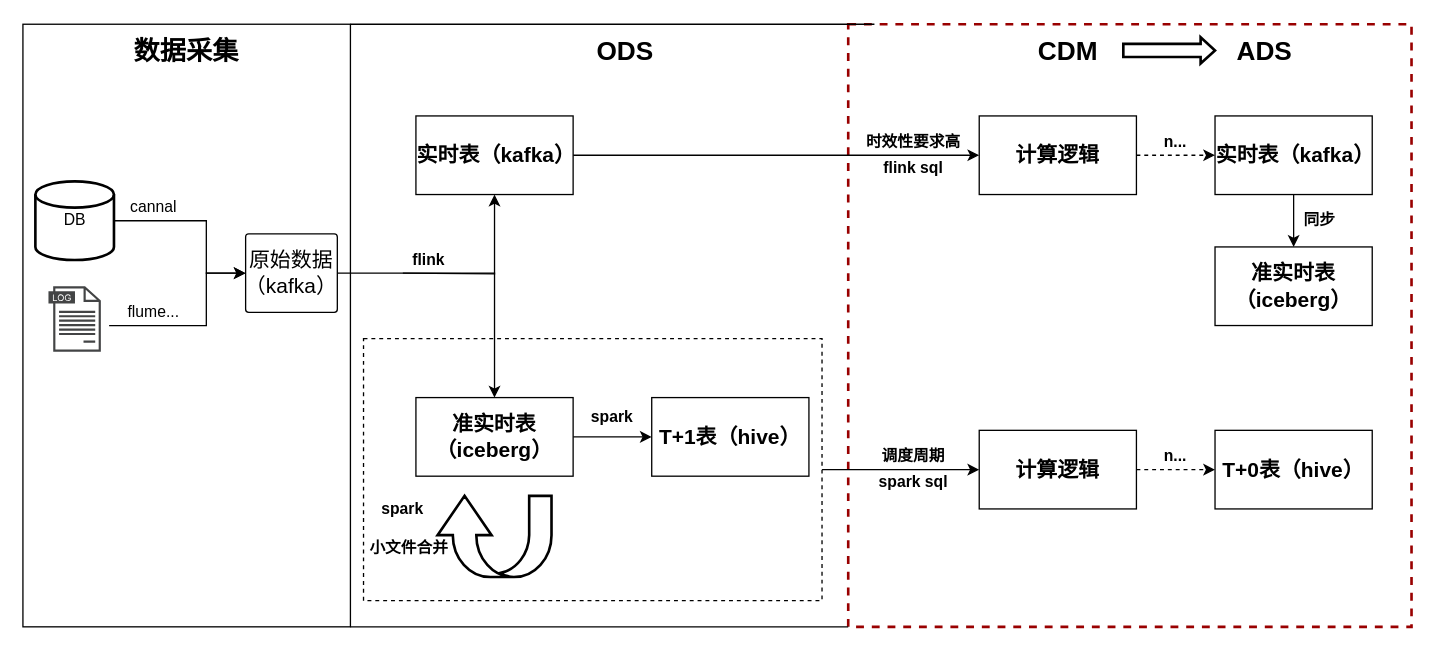
Earlier version of the draw.io diagram mt流批一体.drawio (mineminemine123/work-wiki). Source tidied: cells renumbered, new cells numbered last; positions are measured from the earlier drawing's top-left corner, leaving out a move shared by most shapes. Both pictures are drawn from the tidied source at 131%, with x=0, y=0 at pixel (22, 24).
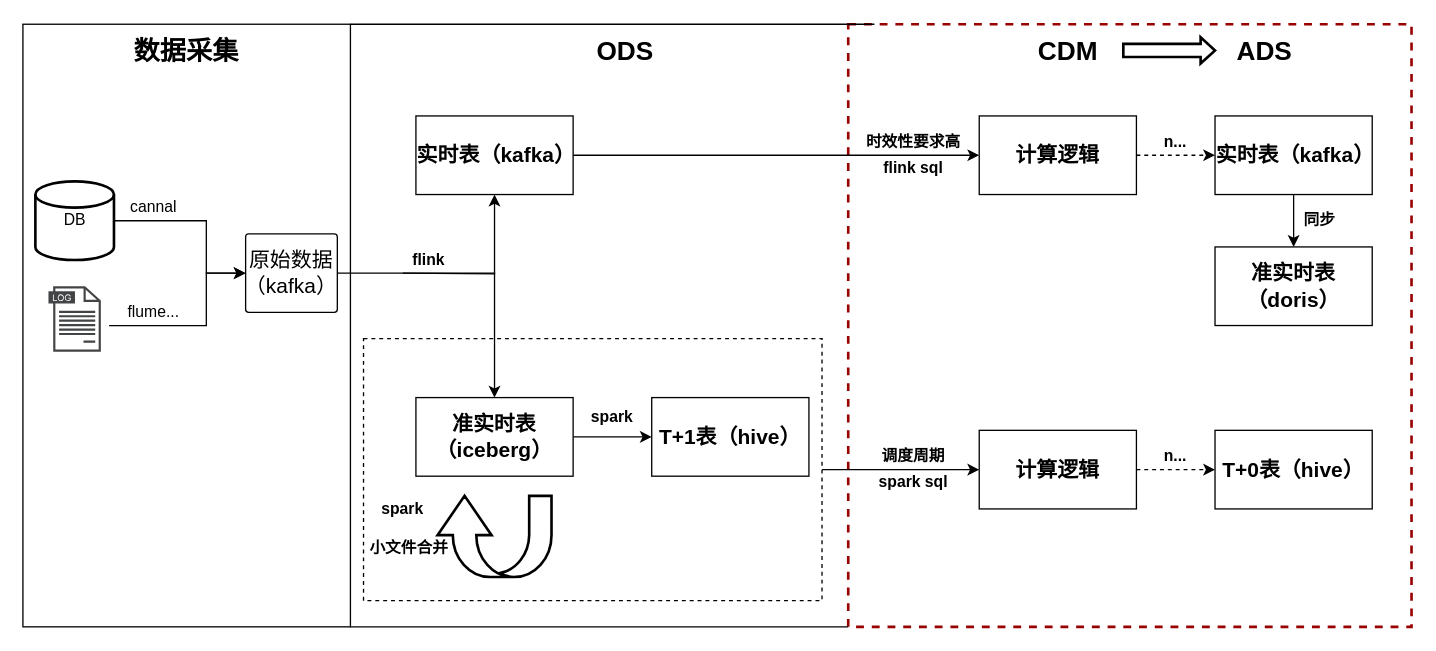
Above is the later version.

Commit message:
更新mt流批一体.drawio

What changed in the source:
```diff
@@
-    <mxCell id="41" value="&lt;span style=&quot;font-size: 16px;&quot;&gt;准实时表（iceberg）&lt;/span&gt;" style="rounded=0;whiteSpace=wrap;html=1;fontStyle=1;fontFamily=微软雅黑;" parent="1" vertex="1">
+    <mxCell id="41" value="&lt;span style=&quot;font-size: 16px;&quot;&gt;准实时表（doris）&lt;/span&gt;" style="rounded=0;whiteSpace=wrap;html=1;fontStyle=1;fontFamily=微软雅黑;" parent="1" vertex="1">
       <mxGeometry x="910" y="170" width="120" height="60" as="geometry" />
     </mxCell>
```
